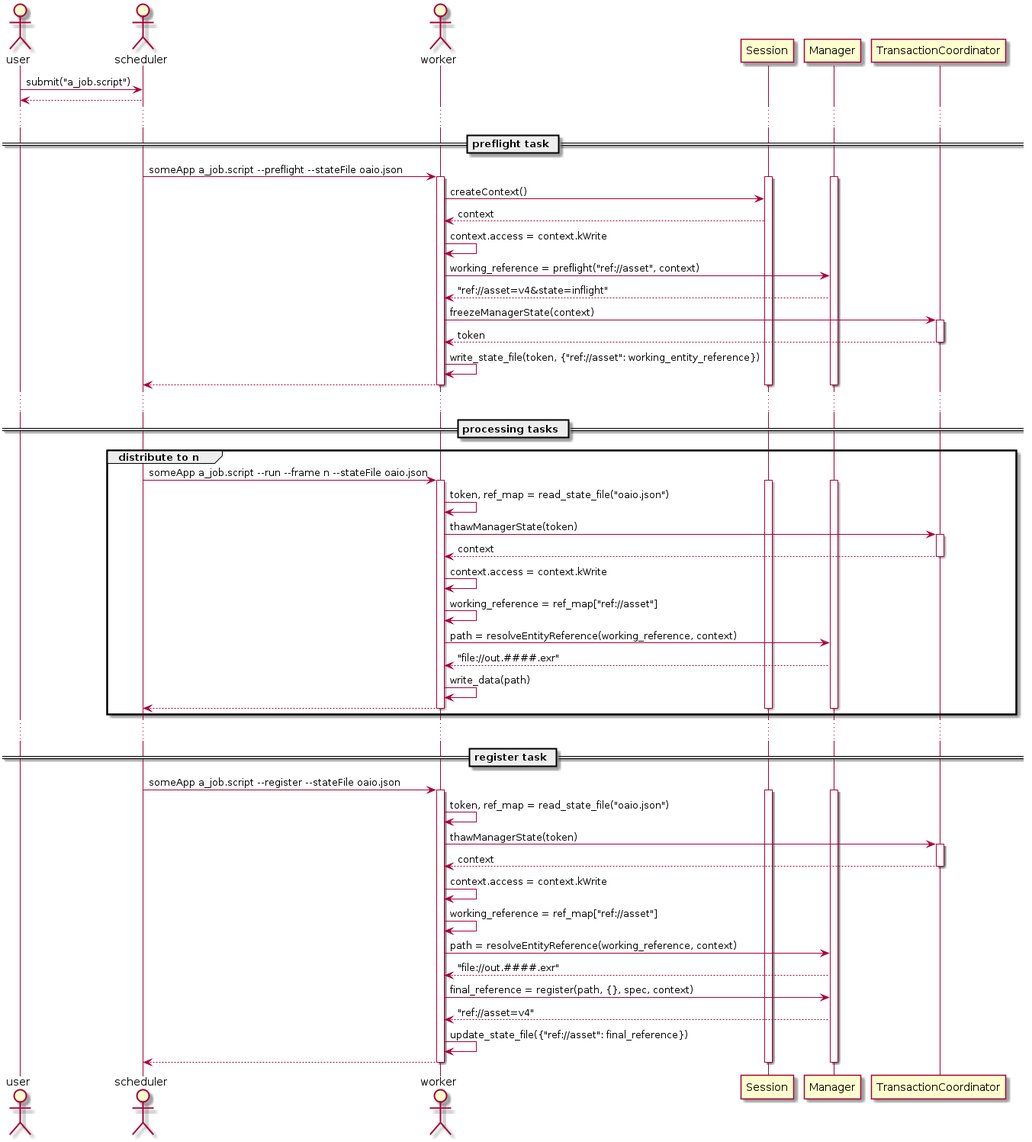
OpenAssetIO/OpenAssetIO keeps this PlantUML diagram as docs/inline_umlgraph_2.png. Above is the earlier version. Its diagram source:
```plantuml
@startuml
actor user
actor scheduler
actor worker
user -> scheduler : submit("a_job.script")
scheduler --> user :
...
== preflight task ==
scheduler -> worker : someApp a_job.script ~--preflight --stateFile oaio.json
activate worker
activate Session
activate Manager
worker -> Session : createContext()
Session --> worker : context
worker -> worker : context.access = context.kWrite
worker -> Manager : working_reference = preflight("ref://asset", context)
Manager --> worker : "ref://asset=v4&state=inflight"
worker -> TransactionCoordinator : freezeManagerState(context)
activate TransactionCoordinator
TransactionCoordinator --> worker : token
deactivate TransactionCoordinator
worker -> worker : write_state_file(token, {"ref://asset": working_entity_reference})
worker --> scheduler
deactivate Session
deactivate Manager
deactivate worker
...
== processing tasks ==
group distribute to n
    scheduler -> worker : someApp a_job.script ~--run ~--frame n --stateFile oaio.json
    activate worker
    activate Session
    activate Manager
    worker -> worker : token, ref_map = read_state_file("oaio.json")
    worker -> TransactionCoordinator : thawManagerState(token)
    activate TransactionCoordinator
    TransactionCoordinator --> worker : context
    deactivate TransactionCoordinator
    worker -> worker : context.access = context.kWrite
    worker -> worker : working_reference = ref_map["ref://asset"]
    worker -> Manager : path = resolveEntityReference(working_reference, context)
    Manager --> worker : "file://out.####.exr"
    worker -> worker : write_data(path)
    worker --> scheduler
    deactivate Session
    deactivate Manager
    deactivate worker
end
...
== register task ==
scheduler -> worker : someApp a_job.script ~--register --stateFile oaio.json
activate worker
activate Session
activate Manager
worker -> worker : token, ref_map = read_state_file("oaio.json")
worker -> TransactionCoordinator : thawManagerState(token)
activate TransactionCoordinator
TransactionCoordinator --> worker : context
deactivate TransactionCoordinator
worker -> worker : context.access = context.kWrite
worker -> worker : working_reference = ref_map["ref://asset"]
worker -> Manager : path = resolveEntityReference(working_reference, context)
Manager --> worker : "file://out.####.exr"
worker -> Manager : final_reference = register(path, {}, spec, context)
Manager --> worker : "ref://asset=v4"
worker -> worker : update_state_file({"ref://asset": final_reference})
worker --> scheduler
deactivate Session
deactivate Manager
deactivate worker
@enduml
```
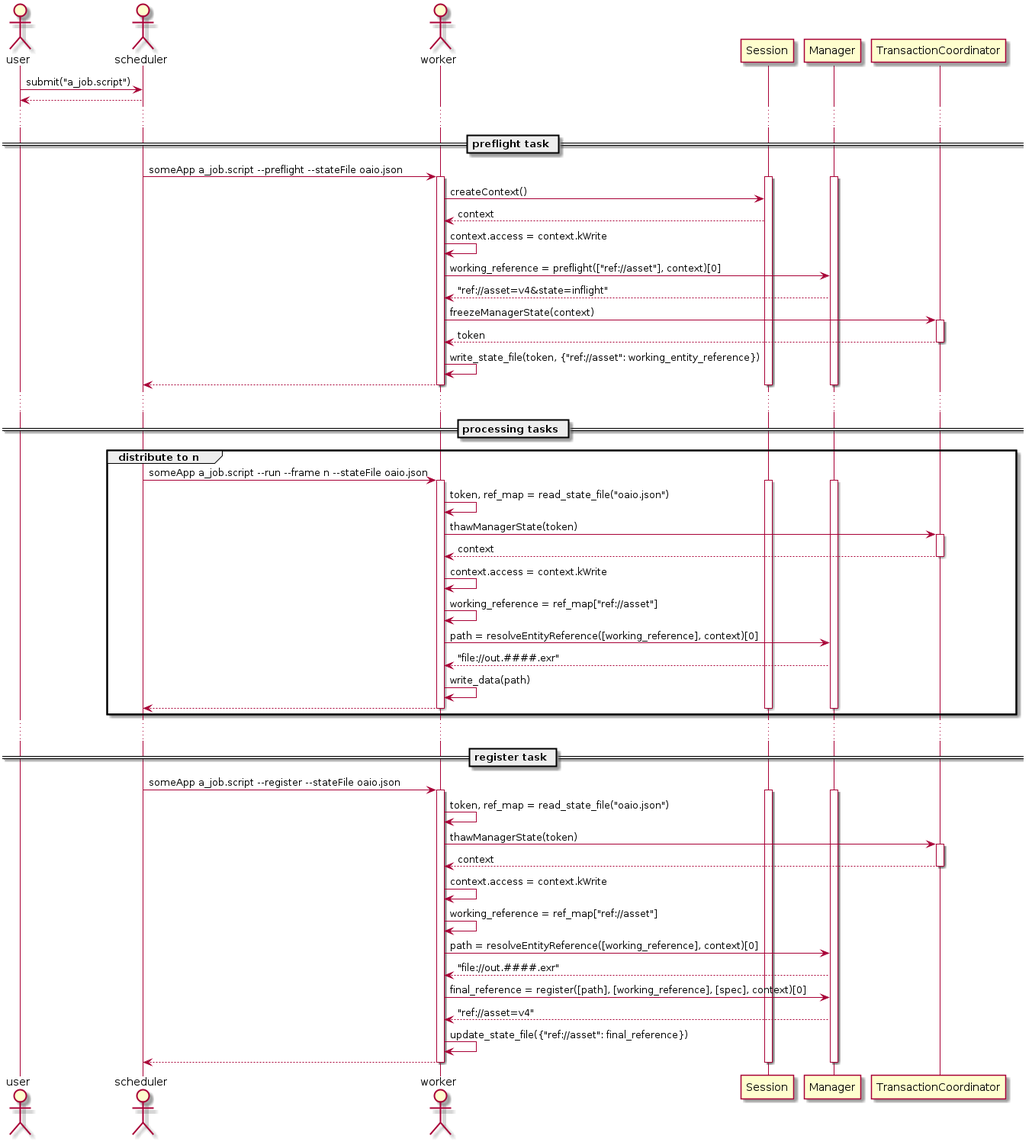
Later version of the same file.

Diff of the diagram source:
```diff
@@ -13,7 +13,7 @@
 worker -> Session : createContext()
 Session --> worker : context
 worker -> worker : context.access = context.kWrite
-worker -> Manager : working_reference = preflight("ref://asset", context)
+worker -> Manager : working_reference = preflight(["ref://asset"], context)[0]
 Manager --> worker : "ref://asset=v4&state=inflight"
 worker -> TransactionCoordinator : freezeManagerState(context)
 activate TransactionCoordinator
@@ -38,7 +38,7 @@
     deactivate TransactionCoordinator
     worker -> worker : context.access = context.kWrite
     worker -> worker : working_reference = ref_map["ref://asset"]
-    worker -> Manager : path = resolveEntityReference(working_reference, context)
+    worker -> Manager : path = resolveEntityReference([working_reference], context)[0]
     Manager --> worker : "file://out.####.exr"
     worker -> worker : write_data(path)
     worker --> scheduler
@@ -59,9 +59,9 @@
 deactivate TransactionCoordinator
 worker -> worker : context.access = context.kWrite
 worker -> worker : working_reference = ref_map["ref://asset"]
-worker -> Manager : path = resolveEntityReference(working_reference, context)
+worker -> Manager : path = resolveEntityReference([working_reference], context)[0]
 Manager --> worker : "file://out.####.exr"
-worker -> Manager : final_reference = register(path, {}, spec, context)
+worker -> Manager : final_reference = register([path], [working_reference], [spec], context)[0]
 Manager --> worker : "ref://asset=v4"
 worker -> worker : update_state_file({"ref://asset": final_reference})
 worker --> scheduler
```
